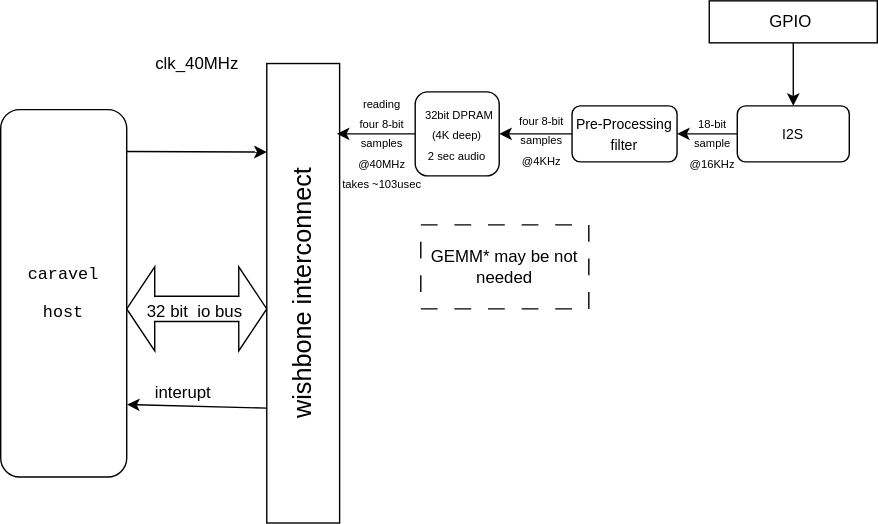
The draw.io diagram doc/images/top.svg in my-openlab/GenAi, before a commit. Source tidied: cells renumbered, new cells last; positions are measured from the earlier drawing's top-left corner, leaving out a move shared by most shapes. Source of this version:
```xml
<mxGraphModel>
  <root>
    <mxCell id="0" />
    <mxCell id="1" parent="0" />
    <mxCell id="2" value="&lt;pre class=&quot;notranslate&quot;&gt;&lt;code&gt;caravel&lt;/code&gt;&lt;/pre&gt;&lt;pre class=&quot;notranslate&quot;&gt;&lt;code&gt;host&lt;/code&gt;&lt;/pre&gt;" style="rounded=1;whiteSpace=wrap;html=1;" parent="1" vertex="1">
      <mxGeometry y="77.7" width="90" height="262.3" as="geometry" />
    </mxCell>
    <mxCell id="3" style="edgeStyle=none;html=1;exitX=0;exitY=0.5;exitDx=0;exitDy=0;entryX=1;entryY=0.5;entryDx=0;entryDy=0;" parent="1" edge="1" source="4" target="17">
      <mxGeometry relative="1" as="geometry" />
    </mxCell>
    <mxCell id="4" value="&lt;font style=&quot;font-size: 10px;&quot;&gt;I2S&lt;/font&gt;" style="rounded=1;whiteSpace=wrap;html=1;" parent="1" vertex="1">
      <mxGeometry x="526" y="75" width="80" height="40" as="geometry" />
    </mxCell>
    <mxCell id="5" style="edgeStyle=none;html=1;fontSize=18;exitX=0.5;exitY=1;exitDx=0;exitDy=0;" parent="1" edge="1" source="15" target="4">
      <mxGeometry relative="1" as="geometry" />
    </mxCell>
    <mxCell id="6" style="edgeStyle=none;html=1;exitX=0.25;exitY=0;exitDx=0;exitDy=0;entryX=1.002;entryY=0.803;entryDx=0;entryDy=0;entryPerimeter=0;" parent="1" edge="1" source="7" target="2">
      <mxGeometry relative="1" as="geometry" />
    </mxCell>
    <mxCell id="7" value="&lt;font style=&quot;font-size: 18px;&quot;&gt;wishbone interconnect&lt;/font&gt;" style="rounded=0;whiteSpace=wrap;html=1;rotation=-90;" parent="1" vertex="1">
      <mxGeometry x="51.9" y="182.8" width="328.1" height="52" as="geometry" />
    </mxCell>
    <mxCell id="8" style="edgeStyle=none;html=1;exitX=0;exitY=0.5;exitDx=0;exitDy=0;" parent="1" edge="1" source="9">
      <mxGeometry relative="1" as="geometry">
        <mxPoint x="240" y="95" as="targetPoint" />
      </mxGeometry>
    </mxCell>
    <mxCell id="9" value="&amp;nbsp;&lt;font style=&quot;font-size: 8px;&quot;&gt;32bit DPRAM&lt;br&gt;(4K deep)&lt;br&gt;2 sec audio&lt;/font&gt;" style="rounded=1;whiteSpace=wrap;html=1;" parent="1" vertex="1">
      <mxGeometry x="296" y="65" width="60" height="60" as="geometry" />
    </mxCell>
    <mxCell id="10" style="shape=doubleArrow;whiteSpace=wrap;html=1;" parent="1" vertex="1">
      <mxGeometry x="90" y="190" width="100" height="60" as="geometry" />
    </mxCell>
    <mxCell id="11" value="&lt;font style=&quot;font-size: 12px;&quot;&gt;32 bit&amp;nbsp; io bus&amp;nbsp;&lt;/font&gt;" style="text;html=1;align=center;verticalAlign=middle;strokeColor=none;fillColor=none;fontSize=18;" parent="1" vertex="1">
      <mxGeometry x="95" y="200" width="90" height="40" as="geometry" />
    </mxCell>
    <mxCell id="12" style="endArrow=classic;html=1;exitX=0.997;exitY=0.114;exitDx=0;exitDy=0;exitPerimeter=0;" parent="1" edge="1" source="2">
      <mxGeometry relative="1" as="geometry">
        <mxPoint x="190" y="108" as="targetPoint" />
      </mxGeometry>
    </mxCell>
    <mxCell id="13" value="clk_40MHz" style="text;html=1;align=center;verticalAlign=middle;strokeColor=none;fillColor=none;" parent="1" vertex="1">
      <mxGeometry x="100" y="30" width="80" height="30" as="geometry" />
    </mxCell>
    <mxCell id="14" value="interupt" style="text;html=1;align=center;verticalAlign=middle;points=[];strokeColor=none;fillColor=none;" parent="1" vertex="1">
      <mxGeometry x="100" y="265" width="60" height="30" as="geometry" />
    </mxCell>
    <mxCell id="15" value="GPIO&amp;nbsp;" style="whiteSpace=wrap;html=1;" parent="1" vertex="1">
      <mxGeometry x="506" width="120" height="30" as="geometry" />
    </mxCell>
    <mxCell id="16" style="edgeStyle=none;html=1;exitX=0;exitY=0.5;exitDx=0;exitDy=0;entryX=1;entryY=0.5;entryDx=0;entryDy=0;" parent="1" edge="1" source="17" target="9">
      <mxGeometry relative="1" as="geometry" />
    </mxCell>
    <mxCell id="17" value="&lt;font style=&quot;font-size: 10px;&quot;&gt;Pre-Processing filter&lt;/font&gt;" style="rounded=1;whiteSpace=wrap;html=1;" parent="1" vertex="1">
      <mxGeometry x="408" y="75" width="75" height="40" as="geometry" />
    </mxCell>
    <mxCell id="18" value="GEMM* may be not needed" style="rounded=0;whiteSpace=wrap;html=1;dashed=1;dashPattern=12 12;" parent="1" vertex="1">
      <mxGeometry x="300" y="160" width="120" height="60" as="geometry" />
    </mxCell>
    <mxCell id="19" value="&lt;font style=&quot;font-size: 8px;&quot;&gt;four 8-bit &lt;br&gt;samples &lt;br&gt;@4KHz&lt;/font&gt;" style="text;html=1;align=center;verticalAlign=middle;strokeColor=none;fillColor=none;" parent="1" vertex="1">
      <mxGeometry x="356" y="69" width="60" height="60" as="geometry" />
    </mxCell>
    <mxCell id="20" value="&lt;font style=&quot;font-size: 8px;&quot;&gt;18-bit &lt;br&gt;sample&lt;br&gt;@16KHz&lt;br&gt;&lt;/font&gt;" style="text;html=1;align=center;verticalAlign=middle;strokeColor=none;fillColor=none;" parent="1" vertex="1">
      <mxGeometry x="478" y="71" width="60" height="60" as="geometry" />
    </mxCell>
    <mxCell id="21" value="&lt;font style=&quot;font-size: 8px;&quot;&gt;reading &lt;br&gt;four 8-bit &lt;br&gt;samples &lt;br&gt;@40MHz&lt;br&gt;takes ~103usec&lt;br&gt;&lt;/font&gt;" style="text;html=1;align=center;verticalAlign=middle;strokeColor=none;fillColor=none;" parent="1" vertex="1">
      <mxGeometry x="232" y="56" width="80" height="90" as="geometry" />
    </mxCell>
  </root>
</mxGraphModel>
```
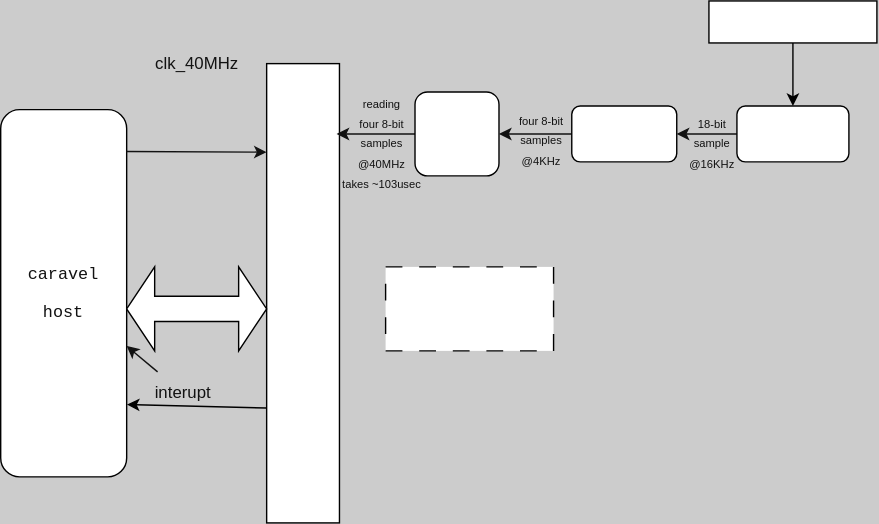
The same diagram one commit later.

Commit message:
updating diagram background colors

What changed in the source:
```diff
@@ -1,70 +1,73 @@
-<mxGraphModel>
+<mxGraphModel background="#CCCCCC">
   <root>
     <mxCell id="0" />
     <mxCell id="1" parent="0" />
+    <mxCell id="19" value="&lt;font style=&quot;font-size: 8px;&quot;&gt;four 8-bit &lt;br&gt;samples &lt;br&gt;@4KHz&lt;/font&gt;" style="text;html=1;align=center;verticalAlign=middle;strokeColor=none;fillColor=none;fontColor=#121212;" parent="1" vertex="1">
+      <mxGeometry x="356" y="69" width="60" height="60" as="geometry" />
+    </mxCell>
+    <mxCell id="20" value="&lt;font style=&quot;font-size: 8px;&quot;&gt;18-bit &lt;br&gt;sample&lt;br&gt;@16KHz&lt;br&gt;&lt;/font&gt;" style="text;html=1;align=center;verticalAlign=middle;strokeColor=none;fillColor=none;fontColor=#121212;" parent="1" vertex="1">
+      <mxGeometry x="478" y="71" width="60" height="60" as="geometry" />
+    </mxCell>
+    <mxCell id="21" value="&lt;font style=&quot;font-size: 8px;&quot;&gt;reading &lt;br&gt;four 8-bit &lt;br&gt;samples &lt;br&gt;@40MHz&lt;br&gt;takes ~103usec&lt;br&gt;&lt;/font&gt;" style="text;html=1;align=center;verticalAlign=middle;strokeColor=none;fillColor=none;fontColor=#121212;" parent="1" vertex="1">
+      <mxGeometry x="232" y="56" width="80" height="90" as="geometry" />
+    </mxCell>
-    <mxCell id="2" value="&lt;pre class=&quot;notranslate&quot;&gt;&lt;code&gt;caravel&lt;/code&gt;&lt;/pre&gt;&lt;pre class=&quot;notranslate&quot;&gt;&lt;code&gt;host&lt;/code&gt;&lt;/pre&gt;" style="rounded=1;whiteSpace=wrap;html=1;" parent="1" vertex="1">
+    <mxCell id="2" value="&lt;pre class=&quot;notranslate&quot;&gt;&lt;code&gt;caravel&lt;/code&gt;&lt;/pre&gt;&lt;pre class=&quot;notranslate&quot;&gt;&lt;code&gt;host&lt;/code&gt;&lt;/pre&gt;" style="rounded=1;whiteSpace=wrap;html=1;fontColor=#121212;labelBackgroundColor=none;" parent="1" vertex="1">
       <mxGeometry y="77.7" width="90" height="262.3" as="geometry" />
     </mxCell>
-    <mxCell id="3" style="edgeStyle=none;html=1;exitX=0;exitY=0.5;exitDx=0;exitDy=0;entryX=1;entryY=0.5;entryDx=0;entryDy=0;" parent="1" edge="1" source="4" target="17">
+    <mxCell id="3" style="edgeStyle=none;html=1;exitX=0;exitY=0.5;exitDx=0;exitDy=0;entryX=1;entryY=0.5;entryDx=0;entryDy=0;fontColor=#121212;strokeColor=#121212;" parent="1" edge="1" source="4" target="17">
       <mxGeometry relative="1" as="geometry" />
     </mxCell>
-    <mxCell id="4" value="&lt;font style=&quot;font-size: 10px;&quot;&gt;I2S&lt;/font&gt;" style="rounded=1;whiteSpace=wrap;html=1;" parent="1" vertex="1">
+    <mxCell id="4" value="&lt;font style=&quot;font-size: 10px;&quot;&gt;I2S&lt;/font&gt;" style="rounded=1;whiteSpace=wrap;html=1;fontColor=#FFFFFF;" parent="1" vertex="1">
       <mxGeometry x="526" y="75" width="80" height="40" as="geometry" />
     </mxCell>
-    <mxCell id="5" style="edgeStyle=none;html=1;fontSize=18;exitX=0.5;exitY=1;exitDx=0;exitDy=0;" parent="1" edge="1" source="15" target="4">
+    <mxCell id="5" style="edgeStyle=none;html=1;fontSize=18;exitX=0.5;exitY=1;exitDx=0;exitDy=0;fontColor=#121212;strokeColor=#000000;" parent="1" edge="1" source="15" target="4">
       <mxGeometry relative="1" as="geometry" />
     </mxCell>
-    <mxCell id="6" style="edgeStyle=none;html=1;exitX=0.25;exitY=0;exitDx=0;exitDy=0;entryX=1.002;entryY=0.803;entryDx=0;entryDy=0;entryPerimeter=0;" parent="1" edge="1" source="7" target="2">
+    <mxCell id="6" style="edgeStyle=none;html=1;exitX=0.25;exitY=0;exitDx=0;exitDy=0;entryX=1.002;entryY=0.803;entryDx=0;entryDy=0;entryPerimeter=0;fontColor=#121212;strokeColor=#000000;" parent="1" edge="1" source="7" target="2">
       <mxGeometry relative="1" as="geometry" />
     </mxCell>
-    <mxCell id="7" value="&lt;font style=&quot;font-size: 18px;&quot;&gt;wishbone interconnect&lt;/font&gt;" style="rounded=0;whiteSpace=wrap;html=1;rotation=-90;" parent="1" vertex="1">
+    <mxCell id="7" value="&lt;font style=&quot;font-size: 18px;&quot;&gt;wishbone interconnect&lt;/font&gt;" style="rounded=0;whiteSpace=wrap;html=1;rotation=-90;fontColor=#FFFFFF;" parent="1" vertex="1">
       <mxGeometry x="51.9" y="182.8" width="328.1" height="52" as="geometry" />
     </mxCell>
-    <mxCell id="8" style="edgeStyle=none;html=1;exitX=0;exitY=0.5;exitDx=0;exitDy=0;" parent="1" edge="1" source="9">
+    <mxCell id="8" style="edgeStyle=none;html=1;exitX=0;exitY=0.5;exitDx=0;exitDy=0;fontColor=#121212;strokeColor=#121212;" parent="1" edge="1" source="9">
       <mxGeometry relative="1" as="geometry">
         <mxPoint x="240" y="95" as="targetPoint" />
       </mxGeometry>
     </mxCell>
-    <mxCell id="9" value="&amp;nbsp;&lt;font style=&quot;font-size: 8px;&quot;&gt;32bit DPRAM&lt;br&gt;(4K deep)&lt;br&gt;2 sec audio&lt;/font&gt;" style="rounded=1;whiteSpace=wrap;html=1;" parent="1" vertex="1">
+    <mxCell id="9" value="&amp;nbsp;&lt;font style=&quot;font-size: 8px;&quot;&gt;32bit DPRAM&lt;br&gt;(4K deep)&lt;br&gt;2 sec audio&lt;/font&gt;" style="rounded=1;whiteSpace=wrap;html=1;fontColor=#FFFFFF;" parent="1" vertex="1">
       <mxGeometry x="296" y="65" width="60" height="60" as="geometry" />
     </mxCell>
-    <mxCell id="10" style="shape=doubleArrow;whiteSpace=wrap;html=1;" parent="1" vertex="1">
+    <mxCell id="10" style="shape=doubleArrow;whiteSpace=wrap;html=1;fontColor=#121212;" parent="1" vertex="1">
       <mxGeometry x="90" y="190" width="100" height="60" as="geometry" />
     </mxCell>
-    <mxCell id="11" value="&lt;font style=&quot;font-size: 12px;&quot;&gt;32 bit&amp;nbsp; io bus&amp;nbsp;&lt;/font&gt;" style="text;html=1;align=center;verticalAlign=middle;strokeColor=none;fillColor=none;fontSize=18;" parent="1" vertex="1">
+    <mxCell id="11" value="&lt;font style=&quot;font-size: 12px;&quot;&gt;32 bit&amp;nbsp; io bus&amp;nbsp;&lt;/font&gt;" style="text;html=1;align=center;verticalAlign=middle;strokeColor=none;fillColor=none;fontSize=18;fontColor=#FFFFFF;" parent="1" vertex="1">
       <mxGeometry x="95" y="200" width="90" height="40" as="geometry" />
     </mxCell>
-    <mxCell id="12" style="endArrow=classic;html=1;exitX=0.997;exitY=0.114;exitDx=0;exitDy=0;exitPerimeter=0;" parent="1" edge="1" source="2">
+    <mxCell id="12" style="endArrow=classic;html=1;exitX=0.997;exitY=0.114;exitDx=0;exitDy=0;exitPerimeter=0;fontColor=#121212;strokeColor=#121212;" parent="1" edge="1" source="2">
       <mxGeometry relative="1" as="geometry">
         <mxPoint x="190" y="108" as="targetPoint" />
       </mxGeometry>
     </mxCell>
-    <mxCell id="13" value="clk_40MHz" style="text;html=1;align=center;verticalAlign=middle;strokeColor=none;fillColor=none;" parent="1" vertex="1">
+    <mxCell id="13" value="clk_40MHz" style="text;html=1;align=center;verticalAlign=middle;strokeColor=none;fillColor=none;fontColor=#121212;" parent="1" vertex="1">
       <mxGeometry x="100" y="30" width="80" height="30" as="geometry" />
     </mxCell>
+    <mxCell id="22" style="edgeStyle=none;html=1;labelBackgroundColor=#FFFFFF;strokeColor=#121212;fontColor=#FFFFFF;" parent="1" edge="1" source="14" target="2">
+      <mxGeometry relative="1" as="geometry" />
+    </mxCell>
-    <mxCell id="14" value="interupt" style="text;html=1;align=center;verticalAlign=middle;points=[];strokeColor=none;fillColor=none;" parent="1" vertex="1">
+    <mxCell id="14" value="interupt" style="text;html=1;align=center;verticalAlign=middle;points=[];strokeColor=none;fillColor=none;fontColor=#121212;" parent="1" vertex="1">
       <mxGeometry x="100" y="265" width="60" height="30" as="geometry" />
     </mxCell>
-    <mxCell id="15" value="GPIO&amp;nbsp;" style="whiteSpace=wrap;html=1;" parent="1" vertex="1">
+    <mxCell id="15" value="GPIO&amp;nbsp;" style="whiteSpace=wrap;html=1;fontColor=#FFFFFF;" parent="1" vertex="1">
       <mxGeometry x="506" width="120" height="30" as="geometry" />
     </mxCell>
-    <mxCell id="16" style="edgeStyle=none;html=1;exitX=0;exitY=0.5;exitDx=0;exitDy=0;entryX=1;entryY=0.5;entryDx=0;entryDy=0;" parent="1" edge="1" source="17" target="9">
+    <mxCell id="16" style="edgeStyle=none;html=1;exitX=0;exitY=0.5;exitDx=0;exitDy=0;entryX=1;entryY=0.5;entryDx=0;entryDy=0;fontColor=#121212;strokeColor=#121212;" parent="1" edge="1" source="17" target="9">
       <mxGeometry relative="1" as="geometry" />
     </mxCell>
-    <mxCell id="17" value="&lt;font style=&quot;font-size: 10px;&quot;&gt;Pre-Processing filter&lt;/font&gt;" style="rounded=1;whiteSpace=wrap;html=1;" parent="1" vertex="1">
+    <mxCell id="17" value="&lt;font style=&quot;font-size: 10px;&quot;&gt;Pre-Processing filter&lt;/font&gt;" style="rounded=1;whiteSpace=wrap;html=1;fontColor=#FFFFFF;" parent="1" vertex="1">
       <mxGeometry x="408" y="75" width="75" height="40" as="geometry" />
     </mxCell>
-    <mxCell id="18" value="GEMM* may be not needed" style="rounded=0;whiteSpace=wrap;html=1;dashed=1;dashPattern=12 12;" parent="1" vertex="1">
-      <mxGeometry x="300" y="160" width="120" height="60" as="geometry" />
+    <mxCell id="18" value="GEMM* may be not needed" style="rounded=0;whiteSpace=wrap;html=1;dashed=1;dashPattern=12 12;fontColor=#FFFFFF;" parent="1" vertex="1">
+      <mxGeometry x="275" y="190" width="120" height="60" as="geometry" />
     </mxCell>
-    <mxCell id="19" value="&lt;font style=&quot;font-size: 8px;&quot;&gt;four 8-bit &lt;br&gt;samples &lt;br&gt;@4KHz&lt;/font&gt;" style="text;html=1;align=center;verticalAlign=middle;strokeColor=none;fillColor=none;" parent="1" vertex="1">
-      <mxGeometry x="356" y="69" width="60" height="60" as="geometry" />
-    </mxCell>
-    <mxCell id="20" value="&lt;font style=&quot;font-size: 8px;&quot;&gt;18-bit &lt;br&gt;sample&lt;br&gt;@16KHz&lt;br&gt;&lt;/font&gt;" style="text;html=1;align=center;verticalAlign=middle;strokeColor=none;fillColor=none;" parent="1" vertex="1">
-      <mxGeometry x="478" y="71" width="60" height="60" as="geometry" />
-    </mxCell>
-    <mxCell id="21" value="&lt;font style=&quot;font-size: 8px;&quot;&gt;reading &lt;br&gt;four 8-bit &lt;br&gt;samples &lt;br&gt;@40MHz&lt;br&gt;takes ~103usec&lt;br&gt;&lt;/font&gt;" style="text;html=1;align=center;verticalAlign=middle;strokeColor=none;fillColor=none;" parent="1" vertex="1">
-      <mxGeometry x="232" y="56" width="80" height="90" as="geometry" />
-    </mxCell>
   </root>
 </mxGraphModel>
```
